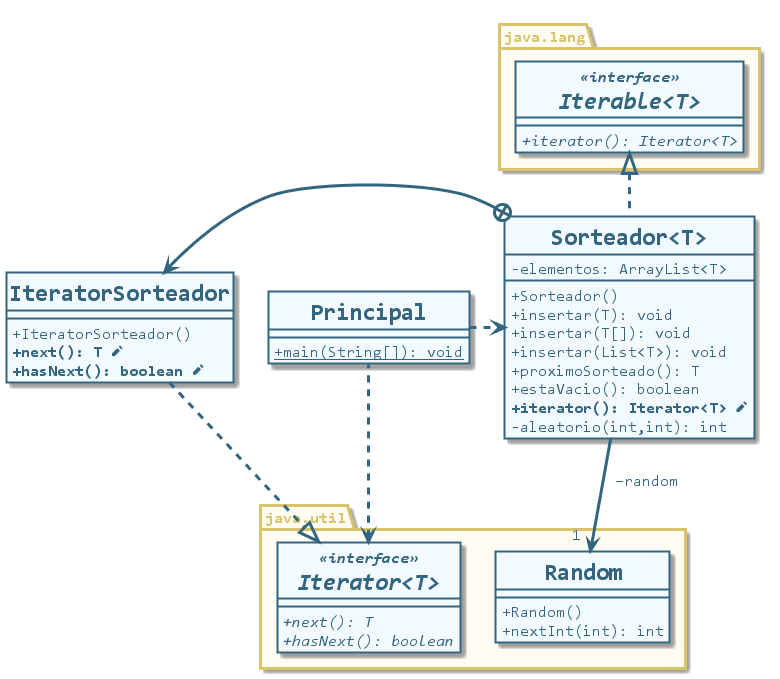
The PlantUML diagram src/uml/clases-iterable-iterator-java.png in CharlyCimino/iterable-iterator-java, before a commit.
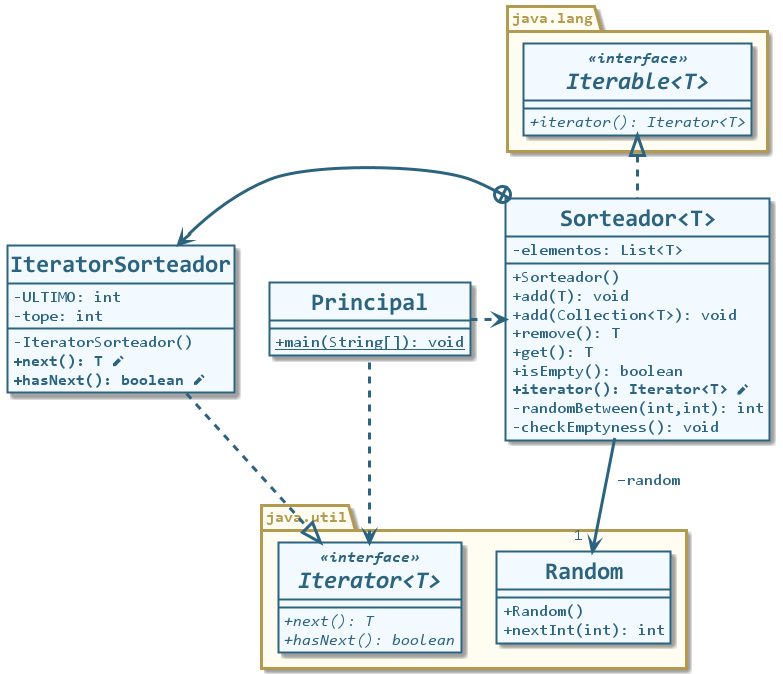
After the change.

Commit message:
Nuevo UML y ULTIMO como constante

Change to the diagram source:
```diff
@@ -1,69 +1,24 @@
 @startuml clases-iterable-iterator-java
-skinparam BackgroundColor transparent
-skinparam DefaultFontName Consolas
-skinparam genericDisplay old
-
-skinparam class {
-    BackgroundColor #f2faff
-    BorderColor #33657f
-    FontColor #33657f
-    FontStyle Bold
-    FontSize 24
-    BorderThickness 2
-    AttributeIconSize 0
-    AttributeFontColor #33657f
-    AttributeFontSize 16
-    AttributeFontStyle Regular
-    StereotypeFontColor #33657f
-    StereotypeFontSize 16
-    StereotypeFontStyle Italic Bold
-}
-
-skinparam package {
-    BackgroundColor #fffcf2
-    BorderColor #d8c36c
-    FontColor #d8c36c
-    FontStyle Bold
-	FontSize 16
-    BorderThickness 3
-}
-
-skinparam note {
-    BackgroundColor #4182a3
-    BorderColor #4182a3
-    BorderThickness 2
-    FontColor #f2faff
-    FontName Tahoma
-    FontSize 16
-    FontStyle Bold
-}
-
-skinparam arrow {
-    Color #33657f
-    Thickness 3
-    FontColor #33657f
-    FontSize 16
-}
-
-hide circle
-class Principal {
-    {static} + main(String[]): void
-}
+!include headers/estilo.plantuml
+!include headers/main.plantuml
 
 class Sorteador<T> {
-    -elementos: ArrayList<T>
+    -elementos: List<T>
     +Sorteador()
-    +insertar(T): void
-    +insertar(T[]): void
-    +insertar(List<T>): void
-    +proximoSorteado(): T
-    +estaVacio(): boolean
+    +add(T): void
+    +add(Collection<T>): void
+    +remove(): T
+    +get(): T
+    +isEmpty(): boolean
     **+iterator(): Iterator<T> <&pencil>**
-    -aleatorio(int,int): int
+    -randomBetween(int,int): int
+    -checkEmptyness(): void
 }
 
 class IteratorSorteador {
-    + IteratorSorteador()
+    - ULTIMO: int
+    - tope: int
+    - IteratorSorteador()
     **+next(): T <&pencil>**
     **+hasNext(): boolean <&pencil>**
 }
```
